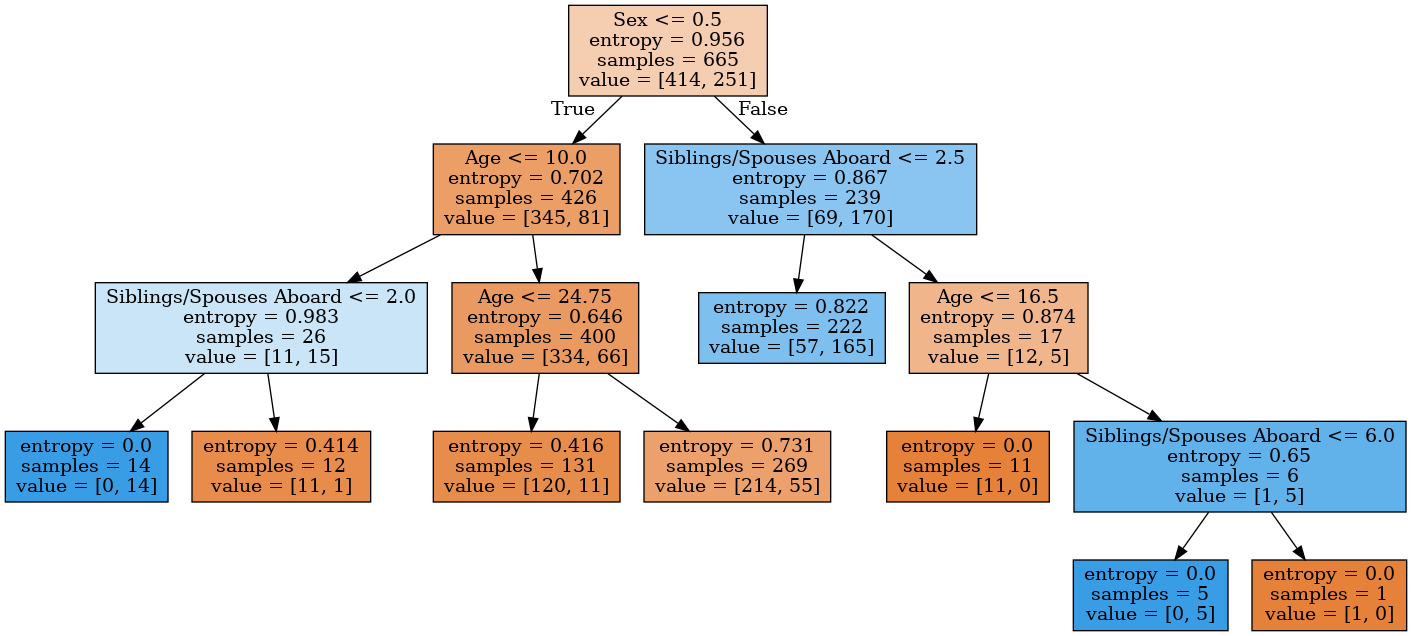
Above: datanerd.hateblo.jp/2020/04/30/tree/model4_B.png in sugiyamath/self_kaggling (Graphviz), before the change. Its source is kept beside it as datanerd.hateblo.jp/2020/04/30/tree/model4_B.dot. The source it was exported from:
```dot
digraph Tree {
node [shape=box, style="filled", color="black"] ;
0 [label="Sex <= 0.5\nentropy = 0.956\nsamples = 665\nvalue = [414, 251]", fillcolor="#f5cdb1"] ;
1 [label="Age <= 10.0\nentropy = 0.702\nsamples = 426\nvalue = [345, 81]", fillcolor="#eb9f67"] ;
0 -> 1 [labeldistance=2.5, labelangle=45, headlabel="True"] ;
3 [label="Siblings/Spouses Aboard <= 2.0\nentropy = 0.983\nsamples = 26\nvalue = [11, 15]", fillcolor="#cae5f8"] ;
1 -> 3 ;
5 [label="entropy = 0.0\nsamples = 14\nvalue = [0, 14]", fillcolor="#399de5"] ;
3 -> 5 ;
6 [label="entropy = 0.414\nsamples = 12\nvalue = [11, 1]", fillcolor="#e78c4b"] ;
3 -> 6 ;
4 [label="Age <= 24.75\nentropy = 0.646\nsamples = 400\nvalue = [334, 66]", fillcolor="#ea9a60"] ;
1 -> 4 ;
11 [label="entropy = 0.416\nsamples = 131\nvalue = [120, 11]", fillcolor="#e78d4b"] ;
4 -> 11 ;
12 [label="entropy = 0.731\nsamples = 269\nvalue = [214, 55]", fillcolor="#eca16c"] ;
4 -> 12 ;
2 [label="Siblings/Spouses Aboard <= 2.5\nentropy = 0.867\nsamples = 239\nvalue = [69, 170]", fillcolor="#89c5f0"] ;
0 -> 2 [labeldistance=2.5, labelangle=-45, headlabel="False"] ;
7 [label="entropy = 0.822\nsamples = 222\nvalue = [57, 165]", fillcolor="#7dbfee"] ;
2 -> 7 ;
8 [label="Age <= 16.5\nentropy = 0.874\nsamples = 17\nvalue = [12, 5]", fillcolor="#f0b58b"] ;
2 -> 8 ;
9 [label="entropy = 0.0\nsamples = 11\nvalue = [11, 0]", fillcolor="#e58139"] ;
8 -> 9 ;
10 [label="Siblings/Spouses Aboard <= 6.0\nentropy = 0.65\nsamples = 6\nvalue = [1, 5]", fillcolor="#61b1ea"] ;
8 -> 10 ;
13 [label="entropy = 0.0\nsamples = 5\nvalue = [0, 5]", fillcolor="#399de5"] ;
10 -> 13 ;
14 [label="entropy = 0.0\nsamples = 1\nvalue = [1, 0]", fillcolor="#e58139"] ;
10 -> 14 ;
}
```
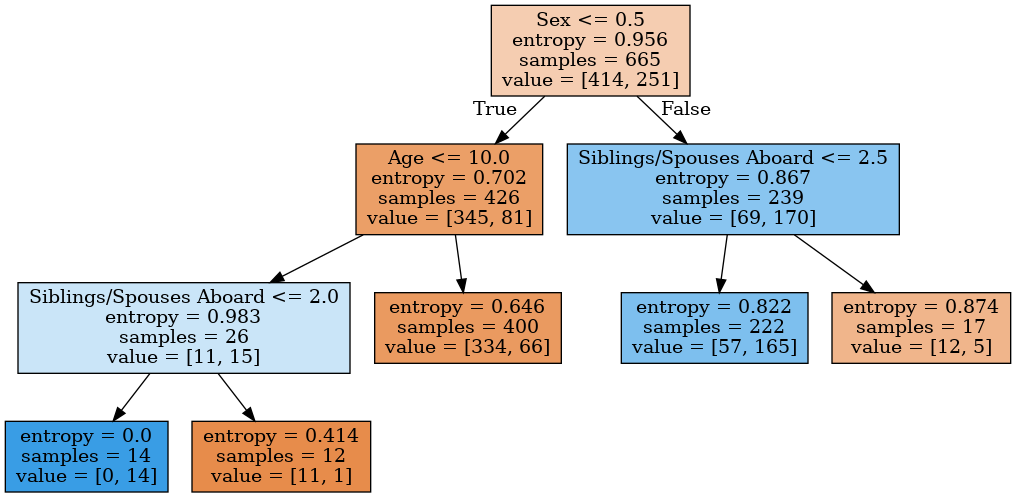
The same diagram one commit later.

The edit, as a diff of the source:
```diff
@@ -9,24 +9,12 @@
 3 -> 5 ;
 6 [label="entropy = 0.414\nsamples = 12\nvalue = [11, 1]", fillcolor="#e78c4b"] ;
 3 -> 6 ;
-4 [label="Age <= 24.75\nentropy = 0.646\nsamples = 400\nvalue = [334, 66]", fillcolor="#ea9a60"] ;
+4 [label="entropy = 0.646\nsamples = 400\nvalue = [334, 66]", fillcolor="#ea9a60"] ;
 1 -> 4 ;
-11 [label="entropy = 0.416\nsamples = 131\nvalue = [120, 11]", fillcolor="#e78d4b"] ;
-4 -> 11 ;
-12 [label="entropy = 0.731\nsamples = 269\nvalue = [214, 55]", fillcolor="#eca16c"] ;
-4 -> 12 ;
 2 [label="Siblings/Spouses Aboard <= 2.5\nentropy = 0.867\nsamples = 239\nvalue = [69, 170]", fillcolor="#89c5f0"] ;
 0 -> 2 [labeldistance=2.5, labelangle=-45, headlabel="False"] ;
 7 [label="entropy = 0.822\nsamples = 222\nvalue = [57, 165]", fillcolor="#7dbfee"] ;
 2 -> 7 ;
-8 [label="Age <= 16.5\nentropy = 0.874\nsamples = 17\nvalue = [12, 5]", fillcolor="#f0b58b"] ;
+8 [label="entropy = 0.874\nsamples = 17\nvalue = [12, 5]", fillcolor="#f0b58b"] ;
 2 -> 8 ;
-9 [label="entropy = 0.0\nsamples = 11\nvalue = [11, 0]", fillcolor="#e58139"] ;
-8 -> 9 ;
-10 [label="Siblings/Spouses Aboard <= 6.0\nentropy = 0.65\nsamples = 6\nvalue = [1, 5]", fillcolor="#61b1ea"] ;
-8 -> 10 ;
-13 [label="entropy = 0.0\nsamples = 5\nvalue = [0, 5]", fillcolor="#399de5"] ;
-10 -> 13 ;
-14 [label="entropy = 0.0\nsamples = 1\nvalue = [1, 0]", fillcolor="#e58139"] ;
-10 -> 14 ;
 }
```
